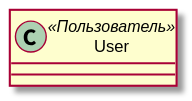
Before: docs/entities.svg, a diagram exported from PlantUML (ilb/posixuserjs).
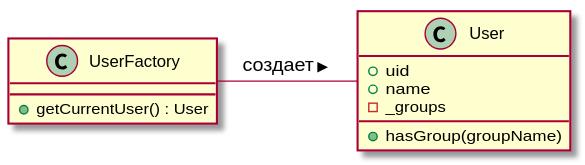
Later version of the same file.

Change to the diagram source:
```diff
@@ -1,7 +1,16 @@
-@startuml
+@startuml entities
 
-class User <<Пользователь>> {
+class User{
+    + uid
+    + name
+    - _groups
+    + hasGroup(groupName)
 }
 
+class UserFactory {
+    + getCurrentUser() : User
+}
+
+UserFactory - User : создает >
 
 @enduml
```
